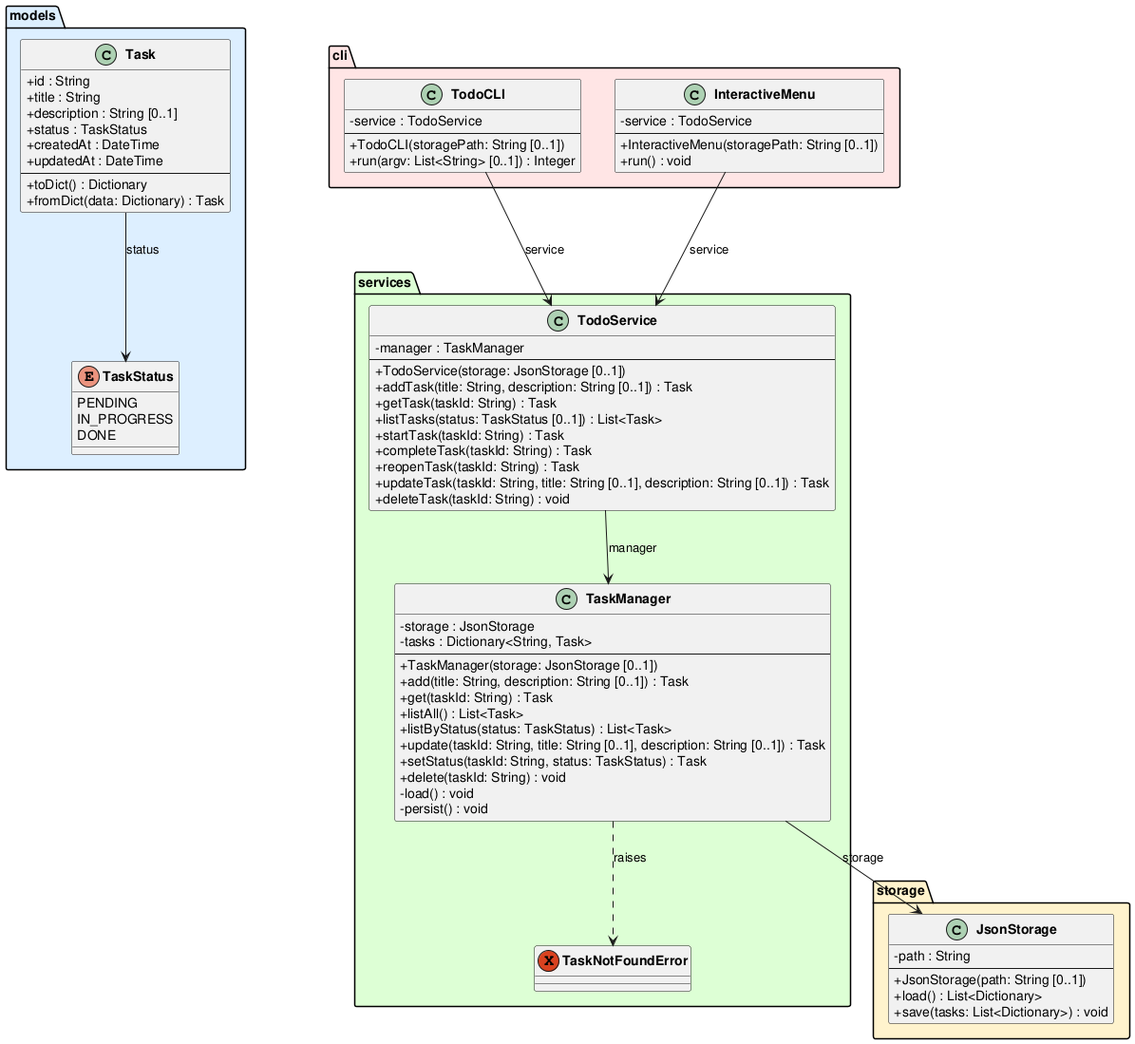
Before: experiments/supervisor_as_tools/test_driven/TODO/artifacts/class_diagram.png, a diagram exported from PlantUML (DanielRiha8906/Software_autoevolution_using_agents).
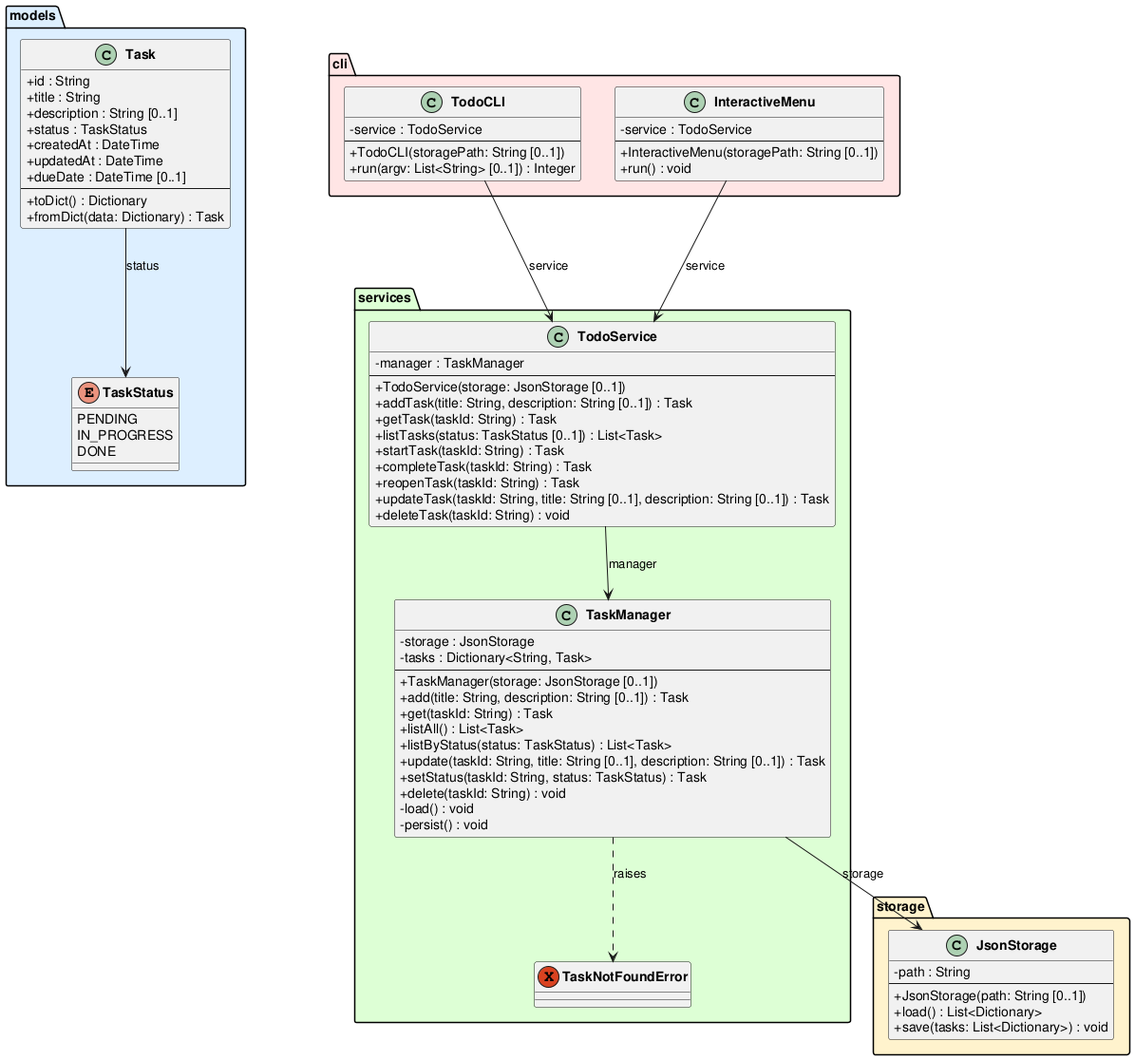
After the change.

What changed in the source:
```diff
@@ -17,6 +17,7 @@
         +status : TaskStatus
         +createdAt : DateTime
         +updatedAt : DateTime
+        +dueDate : DateTime [0..1]
         --
         +toDict() : Dictionary
         +fromDict(data: Dictionary) : Task
```
